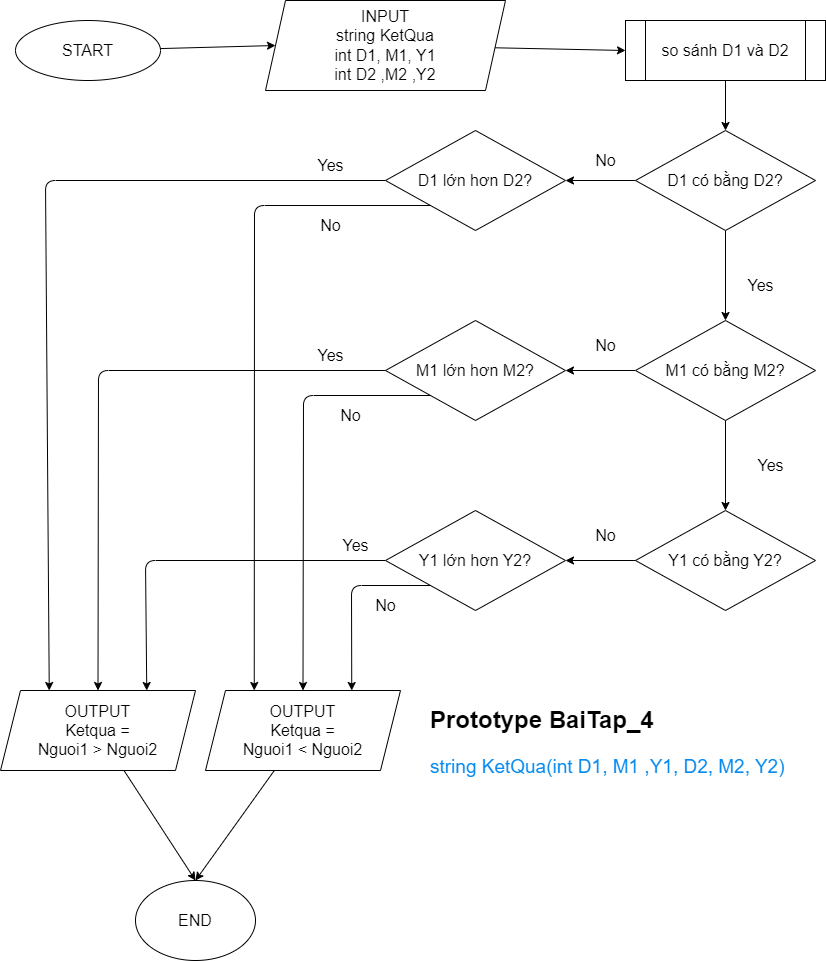
The draw.io diagram Lab_1/Bai_4/FlowBai_4_1.drawio.png in MinkWungNe/NLNNLT, before a commit. Source tidied: cells renumbered, new cells last; positions are measured from the earlier drawing's top-left corner, leaving out a move shared by most shapes. The source it was exported from:
```xml
<mxGraphModel>
  <root>
    <mxCell id="0" />
    <mxCell id="1" parent="0" />
    <mxCell id="2" style="edgeStyle=none;html=1;entryX=0;entryY=0.5;entryDx=0;entryDy=0;fontSize=16;" parent="1" edge="1" source="3" target="5">
      <mxGeometry relative="1" as="geometry" />
    </mxCell>
    <mxCell id="3" value="START" style="ellipse;whiteSpace=wrap;html=1;fontSize=16;" parent="1" vertex="1">
      <mxGeometry x="15" y="20" width="145" height="60" as="geometry" />
    </mxCell>
    <mxCell id="4" style="edgeStyle=none;html=1;entryX=0;entryY=0.5;entryDx=0;entryDy=0;fontSize=16;" parent="1" edge="1" source="5" target="10">
      <mxGeometry relative="1" as="geometry" />
    </mxCell>
    <mxCell id="5" value="INPUT&lt;br&gt;string KetQua&lt;br&gt;int D1, M1, Y1&lt;br&gt;int D2 ,M2 ,Y2" style="shape=parallelogram;perimeter=parallelogramPerimeter;whiteSpace=wrap;html=1;fixedSize=1;fontSize=16;labelPosition=center;verticalLabelPosition=middle;align=center;verticalAlign=middle;" parent="1" vertex="1">
      <mxGeometry x="265" width="240" height="90" as="geometry" />
    </mxCell>
    <mxCell id="6" style="edgeStyle=none;html=1;fontSize=16;" parent="1" edge="1" source="8" target="13">
      <mxGeometry relative="1" as="geometry" />
    </mxCell>
    <mxCell id="7" style="edgeStyle=none;html=1;fontSize=16;" parent="1" edge="1" source="8" target="16">
      <mxGeometry relative="1" as="geometry" />
    </mxCell>
    <mxCell id="8" value="D1 có bằng D2?" style="rhombus;whiteSpace=wrap;html=1;fontSize=16;" parent="1" vertex="1">
      <mxGeometry x="635" y="130" width="180" height="100" as="geometry" />
    </mxCell>
    <mxCell id="9" style="edgeStyle=none;html=1;entryX=0.5;entryY=0;entryDx=0;entryDy=0;fontSize=16;" parent="1" edge="1" source="10" target="8">
      <mxGeometry relative="1" as="geometry" />
    </mxCell>
    <mxCell id="10" value="so sánh D1 và D2" style="shape=process;whiteSpace=wrap;html=1;backgroundOutline=1;fontSize=16;" parent="1" vertex="1">
      <mxGeometry x="625" y="20" width="200" height="60" as="geometry" />
    </mxCell>
    <mxCell id="11" style="edgeStyle=none;html=1;entryX=0.25;entryY=0;entryDx=0;entryDy=0;fontSize=16;" parent="1" edge="1" source="13" target="26">
      <mxGeometry relative="1" as="geometry">
        <Array as="points">
          <mxPoint x="45" y="180" />
        </Array>
      </mxGeometry>
    </mxCell>
    <mxCell id="12" style="edgeStyle=none;html=1;entryX=0.25;entryY=0;entryDx=0;entryDy=0;fontSize=16;exitX=0;exitY=1;exitDx=0;exitDy=0;" parent="1" edge="1" source="13" target="28">
      <mxGeometry relative="1" as="geometry">
        <Array as="points">
          <mxPoint x="254" y="205" />
        </Array>
      </mxGeometry>
    </mxCell>
    <mxCell id="13" value="D1 lớn hơn D2?" style="rhombus;whiteSpace=wrap;html=1;fontSize=16;" parent="1" vertex="1">
      <mxGeometry x="385" y="130" width="180" height="100" as="geometry" />
    </mxCell>
    <mxCell id="14" style="edgeStyle=none;html=1;fontSize=16;" parent="1" edge="1" source="16" target="18">
      <mxGeometry relative="1" as="geometry" />
    </mxCell>
    <mxCell id="15" style="edgeStyle=none;html=1;fontSize=16;" parent="1" edge="1" source="16" target="21">
      <mxGeometry relative="1" as="geometry" />
    </mxCell>
    <mxCell id="16" value="M1 có bằng M2?" style="rhombus;whiteSpace=wrap;html=1;fontSize=16;" parent="1" vertex="1">
      <mxGeometry x="635" y="320" width="180" height="100" as="geometry" />
    </mxCell>
    <mxCell id="17" style="edgeStyle=none;html=1;fontSize=16;" parent="1" edge="1" source="18" target="24">
      <mxGeometry relative="1" as="geometry" />
    </mxCell>
    <mxCell id="18" value="Y1 có bằng Y2?" style="rhombus;whiteSpace=wrap;html=1;fontSize=16;" parent="1" vertex="1">
      <mxGeometry x="635" y="510" width="180" height="100" as="geometry" />
    </mxCell>
    <mxCell id="19" style="edgeStyle=none;html=1;entryX=0.5;entryY=0;entryDx=0;entryDy=0;fontSize=16;" parent="1" edge="1" source="21" target="26">
      <mxGeometry relative="1" as="geometry">
        <Array as="points">
          <mxPoint x="98" y="370" />
        </Array>
      </mxGeometry>
    </mxCell>
    <mxCell id="20" style="edgeStyle=none;html=1;entryX=0.5;entryY=0;entryDx=0;entryDy=0;fontSize=16;exitX=0;exitY=1;exitDx=0;exitDy=0;" parent="1" edge="1" source="21" target="28">
      <mxGeometry relative="1" as="geometry">
        <Array as="points">
          <mxPoint x="303" y="395" />
        </Array>
      </mxGeometry>
    </mxCell>
    <mxCell id="21" value="M1 lớn hơn M2?" style="rhombus;whiteSpace=wrap;html=1;fontSize=16;" parent="1" vertex="1">
      <mxGeometry x="385" y="320" width="180" height="100" as="geometry" />
    </mxCell>
    <mxCell id="22" style="edgeStyle=none;html=1;entryX=0.75;entryY=0;entryDx=0;entryDy=0;fontSize=16;" parent="1" edge="1" source="24" target="26">
      <mxGeometry relative="1" as="geometry">
        <Array as="points">
          <mxPoint x="145" y="560" />
        </Array>
      </mxGeometry>
    </mxCell>
    <mxCell id="23" style="edgeStyle=none;html=1;entryX=0.75;entryY=0;entryDx=0;entryDy=0;fontSize=16;exitX=0;exitY=1;exitDx=0;exitDy=0;" parent="1" edge="1" source="24" target="28">
      <mxGeometry relative="1" as="geometry">
        <Array as="points">
          <mxPoint x="351" y="585" />
        </Array>
      </mxGeometry>
    </mxCell>
    <mxCell id="24" value="Y1 lớn hơn Y2?" style="rhombus;whiteSpace=wrap;html=1;fontSize=16;" parent="1" vertex="1">
      <mxGeometry x="385" y="510" width="180" height="100" as="geometry" />
    </mxCell>
    <mxCell id="25" style="edgeStyle=none;html=1;entryX=0.5;entryY=0;entryDx=0;entryDy=0;fontSize=16;" parent="1" edge="1" source="26" target="29">
      <mxGeometry relative="1" as="geometry" />
    </mxCell>
    <mxCell id="26" value="OUTPUT&lt;br&gt;Ketqua =&lt;br&gt;Nguoi1 &amp;gt; Nguoi2" style="shape=parallelogram;perimeter=parallelogramPerimeter;whiteSpace=wrap;html=1;fixedSize=1;fontSize=16;" parent="1" vertex="1">
      <mxGeometry y="690" width="195" height="80" as="geometry" />
    </mxCell>
    <mxCell id="27" style="edgeStyle=none;html=1;entryX=0.5;entryY=0;entryDx=0;entryDy=0;fontSize=16;" parent="1" edge="1" source="28" target="29">
      <mxGeometry relative="1" as="geometry" />
    </mxCell>
    <mxCell id="28" value="OUTPUT&lt;br&gt;Ketqua =&lt;br&gt;Nguoi1 &amp;lt; Nguoi2" style="shape=parallelogram;perimeter=parallelogramPerimeter;whiteSpace=wrap;html=1;fixedSize=1;fontSize=16;" parent="1" vertex="1">
      <mxGeometry x="205" y="690" width="195" height="80" as="geometry" />
    </mxCell>
    <mxCell id="29" value="END" style="ellipse;whiteSpace=wrap;html=1;fontSize=16;" parent="1" vertex="1">
      <mxGeometry x="135" y="880" width="120" height="80" as="geometry" />
    </mxCell>
    <mxCell id="30" value="No" style="text;html=1;align=center;verticalAlign=middle;strokeColor=none;fillColor=none;fontSize=16;" parent="1" vertex="1">
      <mxGeometry x="585" y="145" width="40" height="30" as="geometry" />
    </mxCell>
    <mxCell id="31" value="Yes" style="text;html=1;align=center;verticalAlign=middle;strokeColor=none;fillColor=none;fontSize=16;" parent="1" vertex="1">
      <mxGeometry x="735" y="270" width="50" height="30" as="geometry" />
    </mxCell>
    <mxCell id="32" value="Yes" style="text;html=1;align=center;verticalAlign=middle;strokeColor=none;fillColor=none;fontSize=16;" parent="1" vertex="1">
      <mxGeometry x="745" y="450" width="50" height="30" as="geometry" />
    </mxCell>
    <mxCell id="33" value="No" style="text;html=1;align=center;verticalAlign=middle;strokeColor=none;fillColor=none;fontSize=16;" parent="1" vertex="1">
      <mxGeometry x="585" y="330" width="40" height="30" as="geometry" />
    </mxCell>
    <mxCell id="34" value="No" style="text;html=1;align=center;verticalAlign=middle;strokeColor=none;fillColor=none;fontSize=16;" parent="1" vertex="1">
      <mxGeometry x="585" y="520" width="40" height="30" as="geometry" />
    </mxCell>
    <mxCell id="35" value="No" style="text;html=1;align=center;verticalAlign=middle;strokeColor=none;fillColor=none;fontSize=16;" parent="1" vertex="1">
      <mxGeometry x="310" y="210" width="40" height="30" as="geometry" />
    </mxCell>
    <mxCell id="36" value="No" style="text;html=1;align=center;verticalAlign=middle;strokeColor=none;fillColor=none;fontSize=16;" parent="1" vertex="1">
      <mxGeometry x="330" y="400" width="40" height="30" as="geometry" />
    </mxCell>
    <mxCell id="37" value="No" style="text;html=1;align=center;verticalAlign=middle;strokeColor=none;fillColor=none;fontSize=16;" parent="1" vertex="1">
      <mxGeometry x="365" y="590" width="40" height="30" as="geometry" />
    </mxCell>
    <mxCell id="38" value="Yes" style="text;html=1;align=center;verticalAlign=middle;strokeColor=none;fillColor=none;fontSize=16;" parent="1" vertex="1">
      <mxGeometry x="305" y="150" width="50" height="30" as="geometry" />
    </mxCell>
    <mxCell id="39" value="Yes" style="text;html=1;align=center;verticalAlign=middle;strokeColor=none;fillColor=none;fontSize=16;" parent="1" vertex="1">
      <mxGeometry x="305" y="340" width="50" height="30" as="geometry" />
    </mxCell>
    <mxCell id="40" value="Yes" style="text;html=1;align=center;verticalAlign=middle;strokeColor=none;fillColor=none;fontSize=16;" parent="1" vertex="1">
      <mxGeometry x="330" y="530" width="50" height="30" as="geometry" />
    </mxCell>
    <mxCell id="41" value="&lt;h1&gt;&lt;span style=&quot;background-color: initial;&quot;&gt;Prototype BaiTap_4&lt;/span&gt;&lt;/h1&gt;&lt;h1&gt;&lt;span style=&quot;font-weight: 400;&quot;&gt;&lt;font color=&quot;#058af0&quot; style=&quot;font-size: 19px;&quot;&gt;string KetQua(int D1, M1 ,Y1, D2, M2, Y2)&lt;/font&gt;&lt;/span&gt;&lt;/h1&gt;" style="text;html=1;strokeColor=none;fillColor=none;spacing=5;spacingTop=-20;whiteSpace=wrap;overflow=hidden;rounded=0;" parent="1" vertex="1">
      <mxGeometry x="425" y="700" width="370" height="90" as="geometry" />
    </mxCell>
  </root>
</mxGraphModel>
```
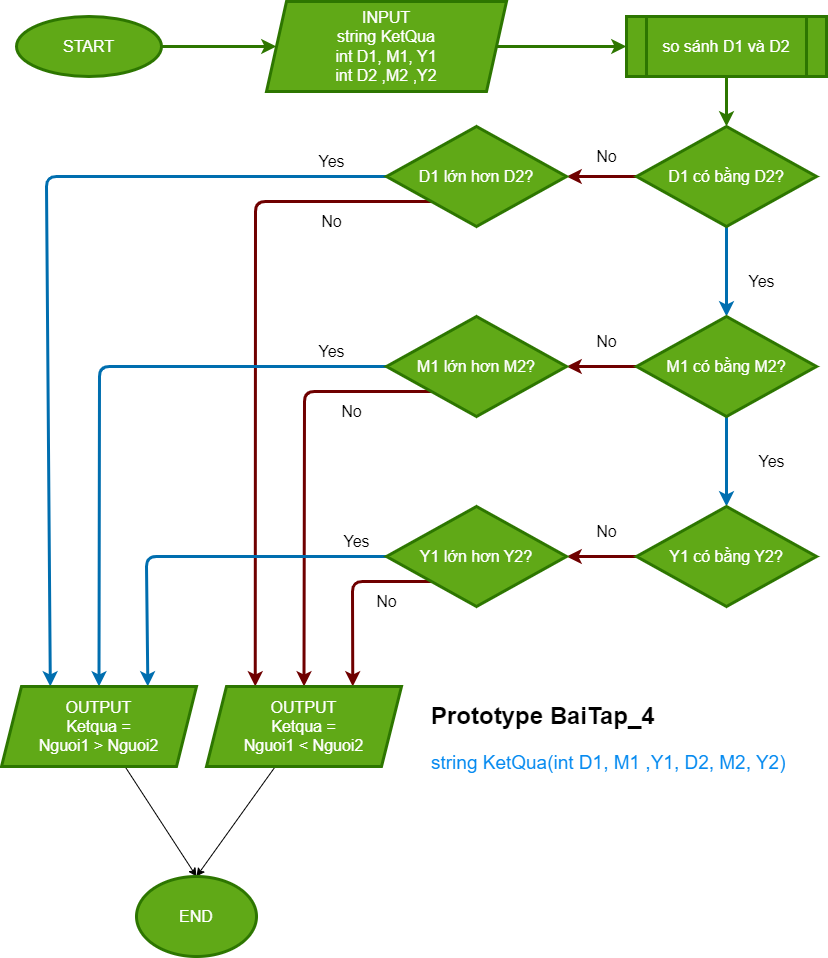
After the commit.

The edit, as a diff of the source:
```diff
@@ -2,112 +2,112 @@
   <root>
     <mxCell id="0" />
     <mxCell id="1" parent="0" />
-    <mxCell id="2" style="edgeStyle=none;html=1;entryX=0;entryY=0.5;entryDx=0;entryDy=0;fontSize=16;" parent="1" edge="1" source="3" target="5">
+    <mxCell id="2" style="edgeStyle=none;html=1;entryX=0;entryY=0.5;entryDx=0;entryDy=0;fontSize=16;fillColor=#60a917;strokeColor=#2D7600;strokeWidth=3;" parent="1" edge="1" source="3" target="5">
       <mxGeometry relative="1" as="geometry" />
     </mxCell>
-    <mxCell id="3" value="START" style="ellipse;whiteSpace=wrap;html=1;fontSize=16;" parent="1" vertex="1">
+    <mxCell id="3" value="START" style="ellipse;whiteSpace=wrap;html=1;fontSize=16;fillColor=#60a917;fontColor=#ffffff;strokeColor=#2D7600;strokeWidth=3;" parent="1" vertex="1">
       <mxGeometry x="15" y="20" width="145" height="60" as="geometry" />
     </mxCell>
-    <mxCell id="4" style="edgeStyle=none;html=1;entryX=0;entryY=0.5;entryDx=0;entryDy=0;fontSize=16;" parent="1" edge="1" source="5" target="10">
+    <mxCell id="4" style="edgeStyle=none;html=1;entryX=0;entryY=0.5;entryDx=0;entryDy=0;fontSize=16;fillColor=#60a917;strokeColor=#2D7600;strokeWidth=3;" parent="1" edge="1" source="5" target="10">
       <mxGeometry relative="1" as="geometry" />
     </mxCell>
-    <mxCell id="5" value="INPUT&lt;br&gt;string KetQua&lt;br&gt;int D1, M1, Y1&lt;br&gt;int D2 ,M2 ,Y2" style="shape=parallelogram;perimeter=parallelogramPerimeter;whiteSpace=wrap;html=1;fixedSize=1;fontSize=16;labelPosition=center;verticalLabelPosition=middle;align=center;verticalAlign=middle;" parent="1" vertex="1">
-      <mxGeometry x="265" width="240" height="90" as="geometry" />
+    <mxCell id="5" value="INPUT&lt;br&gt;string KetQua&lt;br&gt;int D1, M1, Y1&lt;br&gt;int D2 ,M2 ,Y2" style="shape=parallelogram;perimeter=parallelogramPerimeter;whiteSpace=wrap;html=1;fixedSize=1;fontSize=16;labelPosition=center;verticalLabelPosition=middle;align=center;verticalAlign=middle;fillColor=#60a917;fontColor=#ffffff;strokeColor=#2D7600;strokeWidth=3;" parent="1" vertex="1">
+      <mxGeometry x="265" y="5" width="240" height="90" as="geometry" />
     </mxCell>
-    <mxCell id="6" style="edgeStyle=none;html=1;fontSize=16;" parent="1" edge="1" source="8" target="13">
+    <mxCell id="6" style="edgeStyle=none;html=1;fontSize=16;fillColor=#a20025;strokeColor=#6F0000;strokeWidth=3;" parent="1" edge="1" source="8" target="13">
       <mxGeometry relative="1" as="geometry" />
     </mxCell>
-    <mxCell id="7" style="edgeStyle=none;html=1;fontSize=16;" parent="1" edge="1" source="8" target="16">
+    <mxCell id="7" style="edgeStyle=none;html=1;fontSize=16;fillColor=#1ba1e2;strokeColor=#006EAF;strokeWidth=3;" parent="1" edge="1" source="8" target="16">
       <mxGeometry relative="1" as="geometry" />
     </mxCell>
-    <mxCell id="8" value="D1 có bằng D2?" style="rhombus;whiteSpace=wrap;html=1;fontSize=16;" parent="1" vertex="1">
+    <mxCell id="8" value="D1 có bằng D2?" style="rhombus;whiteSpace=wrap;html=1;fontSize=16;fillColor=#60a917;fontColor=#ffffff;strokeColor=#2D7600;strokeWidth=3;" parent="1" vertex="1">
       <mxGeometry x="635" y="130" width="180" height="100" as="geometry" />
     </mxCell>
-    <mxCell id="9" style="edgeStyle=none;html=1;entryX=0.5;entryY=0;entryDx=0;entryDy=0;fontSize=16;" parent="1" edge="1" source="10" target="8">
+    <mxCell id="9" style="edgeStyle=none;html=1;entryX=0.5;entryY=0;entryDx=0;entryDy=0;fontSize=16;fillColor=#60a917;strokeColor=#2D7600;strokeWidth=3;" parent="1" edge="1" source="10" target="8">
       <mxGeometry relative="1" as="geometry" />
     </mxCell>
-    <mxCell id="10" value="so sánh D1 và D2" style="shape=process;whiteSpace=wrap;html=1;backgroundOutline=1;fontSize=16;" parent="1" vertex="1">
+    <mxCell id="10" value="so sánh D1 và D2" style="shape=process;whiteSpace=wrap;html=1;backgroundOutline=1;fontSize=16;fillColor=#60a917;fontColor=#ffffff;strokeColor=#2D7600;strokeWidth=3;" parent="1" vertex="1">
       <mxGeometry x="625" y="20" width="200" height="60" as="geometry" />
     </mxCell>
-    <mxCell id="11" style="edgeStyle=none;html=1;entryX=0.25;entryY=0;entryDx=0;entryDy=0;fontSize=16;" parent="1" edge="1" source="13" target="26">
+    <mxCell id="11" style="edgeStyle=none;html=1;entryX=0.25;entryY=0;entryDx=0;entryDy=0;fontSize=16;fillColor=#1ba1e2;strokeColor=#006EAF;strokeWidth=3;" parent="1" edge="1" source="13" target="26">
       <mxGeometry relative="1" as="geometry">
         <Array as="points">
           <mxPoint x="45" y="180" />
         </Array>
       </mxGeometry>
     </mxCell>
-    <mxCell id="12" style="edgeStyle=none;html=1;entryX=0.25;entryY=0;entryDx=0;entryDy=0;fontSize=16;exitX=0;exitY=1;exitDx=0;exitDy=0;" parent="1" edge="1" source="13" target="28">
+    <mxCell id="12" style="edgeStyle=none;html=1;entryX=0.25;entryY=0;entryDx=0;entryDy=0;fontSize=16;exitX=0;exitY=1;exitDx=0;exitDy=0;fillColor=#a20025;strokeColor=#6F0000;strokeWidth=3;" parent="1" edge="1" source="13" target="28">
       <mxGeometry relative="1" as="geometry">
         <Array as="points">
           <mxPoint x="254" y="205" />
         </Array>
       </mxGeometry>
     </mxCell>
-    <mxCell id="13" value="D1 lớn hơn D2?" style="rhombus;whiteSpace=wrap;html=1;fontSize=16;" parent="1" vertex="1">
+    <mxCell id="13" value="D1 lớn hơn D2?" style="rhombus;whiteSpace=wrap;html=1;fontSize=16;fillColor=#60a917;fontColor=#ffffff;strokeColor=#2D7600;strokeWidth=3;" parent="1" vertex="1">
       <mxGeometry x="385" y="130" width="180" height="100" as="geometry" />
     </mxCell>
-    <mxCell id="14" style="edgeStyle=none;html=1;fontSize=16;" parent="1" edge="1" source="16" target="18">
+    <mxCell id="14" style="edgeStyle=none;html=1;fontSize=16;strokeWidth=3;fillColor=#1ba1e2;strokeColor=#006EAF;" parent="1" edge="1" source="16" target="18">
       <mxGeometry relative="1" as="geometry" />
     </mxCell>
-    <mxCell id="15" style="edgeStyle=none;html=1;fontSize=16;" parent="1" edge="1" source="16" target="21">
+    <mxCell id="15" style="edgeStyle=none;html=1;fontSize=16;fillColor=#a20025;strokeColor=#6F0000;strokeWidth=3;" parent="1" edge="1" source="16" target="21">
       <mxGeometry relative="1" as="geometry" />
     </mxCell>
-    <mxCell id="16" value="M1 có bằng M2?" style="rhombus;whiteSpace=wrap;html=1;fontSize=16;" parent="1" vertex="1">
+    <mxCell id="16" value="M1 có bằng M2?" style="rhombus;whiteSpace=wrap;html=1;fontSize=16;fillColor=#60a917;fontColor=#ffffff;strokeColor=#2D7600;strokeWidth=3;" parent="1" vertex="1">
       <mxGeometry x="635" y="320" width="180" height="100" as="geometry" />
     </mxCell>
-    <mxCell id="17" style="edgeStyle=none;html=1;fontSize=16;" parent="1" edge="1" source="18" target="24">
+    <mxCell id="17" style="edgeStyle=none;html=1;fontSize=16;fillColor=#a20025;strokeColor=#6F0000;strokeWidth=3;" parent="1" edge="1" source="18" target="24">
       <mxGeometry relative="1" as="geometry" />
     </mxCell>
-    <mxCell id="18" value="Y1 có bằng Y2?" style="rhombus;whiteSpace=wrap;html=1;fontSize=16;" parent="1" vertex="1">
+    <mxCell id="18" value="Y1 có bằng Y2?" style="rhombus;whiteSpace=wrap;html=1;fontSize=16;fillColor=#60a917;fontColor=#ffffff;strokeColor=#2D7600;strokeWidth=3;" parent="1" vertex="1">
       <mxGeometry x="635" y="510" width="180" height="100" as="geometry" />
     </mxCell>
-    <mxCell id="19" style="edgeStyle=none;html=1;entryX=0.5;entryY=0;entryDx=0;entryDy=0;fontSize=16;" parent="1" edge="1" source="21" target="26">
+    <mxCell id="19" style="edgeStyle=none;html=1;entryX=0.5;entryY=0;entryDx=0;entryDy=0;fontSize=16;fillColor=#1ba1e2;strokeColor=#006EAF;strokeWidth=3;" parent="1" edge="1" source="21" target="26">
       <mxGeometry relative="1" as="geometry">
         <Array as="points">
           <mxPoint x="98" y="370" />
         </Array>
       </mxGeometry>
     </mxCell>
-    <mxCell id="20" style="edgeStyle=none;html=1;entryX=0.5;entryY=0;entryDx=0;entryDy=0;fontSize=16;exitX=0;exitY=1;exitDx=0;exitDy=0;" parent="1" edge="1" source="21" target="28">
+    <mxCell id="20" style="edgeStyle=none;html=1;entryX=0.5;entryY=0;entryDx=0;entryDy=0;fontSize=16;exitX=0;exitY=1;exitDx=0;exitDy=0;fillColor=#a20025;strokeColor=#6F0000;strokeWidth=3;" parent="1" edge="1" source="21" target="28">
       <mxGeometry relative="1" as="geometry">
         <Array as="points">
           <mxPoint x="303" y="395" />
         </Array>
       </mxGeometry>
     </mxCell>
-    <mxCell id="21" value="M1 lớn hơn M2?" style="rhombus;whiteSpace=wrap;html=1;fontSize=16;" parent="1" vertex="1">
+    <mxCell id="21" value="M1 lớn hơn M2?" style="rhombus;whiteSpace=wrap;html=1;fontSize=16;fillColor=#60a917;fontColor=#ffffff;strokeColor=#2D7600;strokeWidth=3;" parent="1" vertex="1">
       <mxGeometry x="385" y="320" width="180" height="100" as="geometry" />
     </mxCell>
-    <mxCell id="22" style="edgeStyle=none;html=1;entryX=0.75;entryY=0;entryDx=0;entryDy=0;fontSize=16;" parent="1" edge="1" source="24" target="26">
+    <mxCell id="22" style="edgeStyle=none;html=1;entryX=0.75;entryY=0;entryDx=0;entryDy=0;fontSize=16;fillColor=#1ba1e2;strokeColor=#006EAF;strokeWidth=3;" parent="1" edge="1" source="24" target="26">
       <mxGeometry relative="1" as="geometry">
         <Array as="points">
           <mxPoint x="145" y="560" />
         </Array>
       </mxGeometry>
     </mxCell>
-    <mxCell id="23" style="edgeStyle=none;html=1;entryX=0.75;entryY=0;entryDx=0;entryDy=0;fontSize=16;exitX=0;exitY=1;exitDx=0;exitDy=0;" parent="1" edge="1" source="24" target="28">
+    <mxCell id="23" style="edgeStyle=none;html=1;entryX=0.75;entryY=0;entryDx=0;entryDy=0;fontSize=16;exitX=0;exitY=1;exitDx=0;exitDy=0;fillColor=#a20025;strokeColor=#6F0000;strokeWidth=3;" parent="1" edge="1" source="24" target="28">
       <mxGeometry relative="1" as="geometry">
         <Array as="points">
           <mxPoint x="351" y="585" />
         </Array>
       </mxGeometry>
     </mxCell>
-    <mxCell id="24" value="Y1 lớn hơn Y2?" style="rhombus;whiteSpace=wrap;html=1;fontSize=16;" parent="1" vertex="1">
+    <mxCell id="24" value="Y1 lớn hơn Y2?" style="rhombus;whiteSpace=wrap;html=1;fontSize=16;fillColor=#60a917;fontColor=#ffffff;strokeColor=#2D7600;strokeWidth=3;" parent="1" vertex="1">
       <mxGeometry x="385" y="510" width="180" height="100" as="geometry" />
     </mxCell>
     <mxCell id="25" style="edgeStyle=none;html=1;entryX=0.5;entryY=0;entryDx=0;entryDy=0;fontSize=16;" parent="1" edge="1" source="26" target="29">
       <mxGeometry relative="1" as="geometry" />
     </mxCell>
-    <mxCell id="26" value="OUTPUT&lt;br&gt;Ketqua =&lt;br&gt;Nguoi1 &amp;gt; Nguoi2" style="shape=parallelogram;perimeter=parallelogramPerimeter;whiteSpace=wrap;html=1;fixedSize=1;fontSize=16;" parent="1" vertex="1">
+    <mxCell id="26" value="OUTPUT&lt;br&gt;Ketqua =&lt;br&gt;Nguoi1 &amp;gt; Nguoi2" style="shape=parallelogram;perimeter=parallelogramPerimeter;whiteSpace=wrap;html=1;fixedSize=1;fontSize=16;fillColor=#60a917;fontColor=#ffffff;strokeColor=#2D7600;strokeWidth=3;" parent="1" vertex="1">
       <mxGeometry y="690" width="195" height="80" as="geometry" />
     </mxCell>
     <mxCell id="27" style="edgeStyle=none;html=1;entryX=0.5;entryY=0;entryDx=0;entryDy=0;fontSize=16;" parent="1" edge="1" source="28" target="29">
       <mxGeometry relative="1" as="geometry" />
     </mxCell>
-    <mxCell id="28" value="OUTPUT&lt;br&gt;Ketqua =&lt;br&gt;Nguoi1 &amp;lt; Nguoi2" style="shape=parallelogram;perimeter=parallelogramPerimeter;whiteSpace=wrap;html=1;fixedSize=1;fontSize=16;" parent="1" vertex="1">
+    <mxCell id="28" value="OUTPUT&lt;br&gt;Ketqua =&lt;br&gt;Nguoi1 &amp;lt; Nguoi2" style="shape=parallelogram;perimeter=parallelogramPerimeter;whiteSpace=wrap;html=1;fixedSize=1;fontSize=16;fillColor=#60a917;fontColor=#ffffff;strokeColor=#2D7600;strokeWidth=3;" parent="1" vertex="1">
       <mxGeometry x="205" y="690" width="195" height="80" as="geometry" />
     </mxCell>
-    <mxCell id="29" value="END" style="ellipse;whiteSpace=wrap;html=1;fontSize=16;" parent="1" vertex="1">
+    <mxCell id="29" value="END" style="ellipse;whiteSpace=wrap;html=1;fontSize=16;fillColor=#60a917;fontColor=#ffffff;strokeColor=#2D7600;strokeWidth=3;" parent="1" vertex="1">
       <mxGeometry x="135" y="880" width="120" height="80" as="geometry" />
     </mxCell>
     <mxCell id="30" value="No" style="text;html=1;align=center;verticalAlign=middle;strokeColor=none;fillColor=none;fontSize=16;" parent="1" vertex="1">
```
